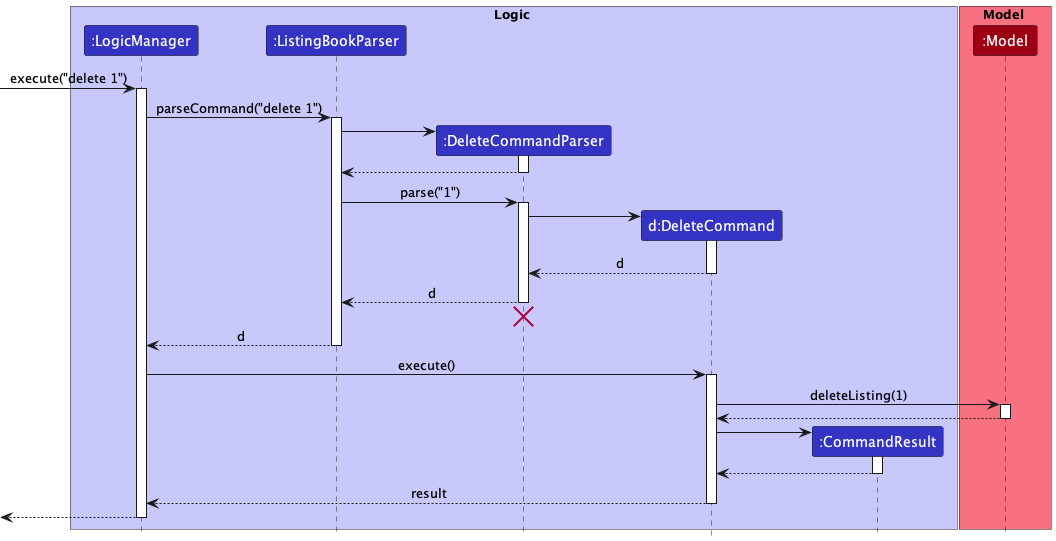
Above: docs/images/DeleteSequenceDiagram.png in nus-cs2103-AY2223S2/tp (PlantUML), before the change.
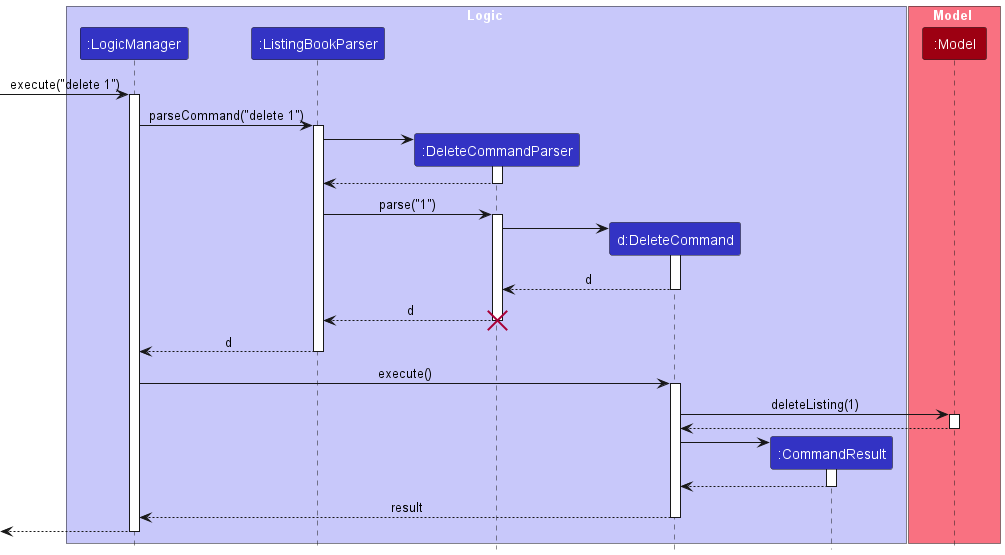
Above is the later version.

Diff of the diagram source:
```diff
@@ -38,7 +38,7 @@
 
 DeleteCommandParser --> ListingBookParser : d
 deactivate DeleteCommandParser
-DeleteCommandParser -[hidden]-> ListingBookParser
+
 destroy DeleteCommandParser
 
 ListingBookParser --> LogicManager : d
```
